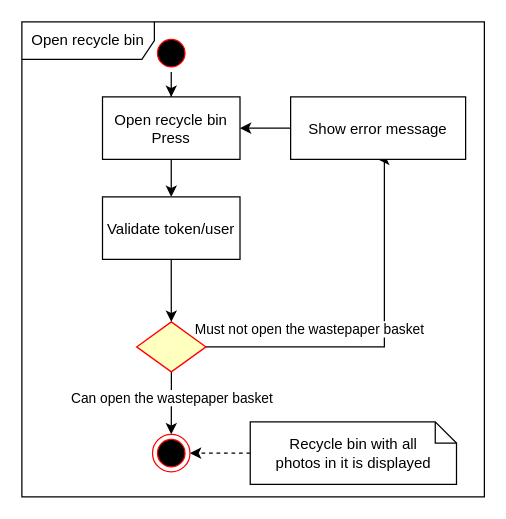
Earlier version of the draw.io diagram UseCases/UC Open Recycle Bin.drawio (MGuese/tfp-collaboration-platform). Source tidied: cells renumbered, new cells numbered last; positions are measured from the earlier drawing's top-left corner, leaving out a move shared by most shapes. Both pictures are drawn from the tidied source at 125%, with x=0, y=0 at pixel (21, 21).
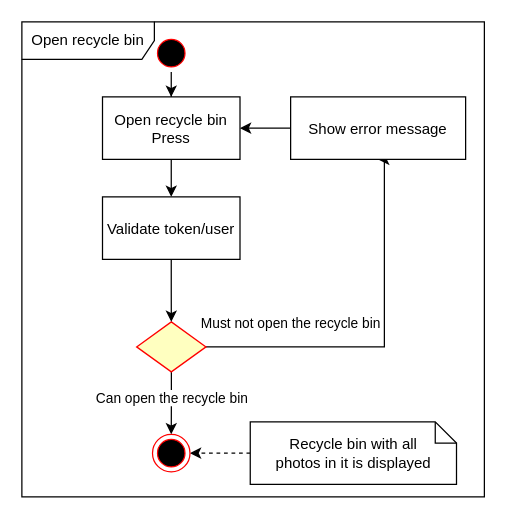
The same diagram, later.

Unchanged cells that the change refers to:
```xml
<mxCell id="10" style="edgeStyle=orthogonalEdgeStyle;rounded=0;jettySize=auto;html=1;entryX=0.5;entryY=1;entryDx=0;entryDy=0;" parent="1" edge="1" source="14" target="16">
  <mxGeometry relative="1" as="geometry">
    <Array as="points">
      <mxPoint x="290" y="260" />
      <mxPoint x="290" y="110" />
    </Array>
  </mxGeometry>
</mxCell>
<mxCell id="12" style="edgeStyle=orthogonalEdgeStyle;rounded=0;jettySize=auto;html=1;" parent="1" edge="1" source="14" target="8">
  <mxGeometry relative="1" as="geometry" />
</mxCell>
```

Change to the diagram source:
```diff
@@
-    <mxCell id="11" value="Must not open the wastepaper basket" style="edgeLabel;html=1;align=center;verticalAlign=middle;" parent="10" vertex="1">
+    <mxCell id="11" value="&lt;p&gt;Must not open the recycle bin&lt;/p&gt;" style="edgeLabel;html=1;align=center;verticalAlign=middle;" parent="10" vertex="1">
       <mxGeometry x="-0.36" relative="1" as="geometry">
-        <mxPoint x="-13" y="-15" as="offset" />
+        <mxPoint x="-28" y="-20" as="offset" />
       </mxGeometry>
     </mxCell>
@@
-    <mxCell id="13" value="Can open the wastepaper basket" style="edgeLabel;html=1;align=center;verticalAlign=middle;" parent="12" vertex="1">
+    <mxCell id="13" value="Can open the recycle bin" style="edgeLabel;html=1;align=center;verticalAlign=middle;" parent="12" vertex="1">
       <mxGeometry x="0.34" y="2" relative="1" as="geometry">
         <mxPoint x="-2" y="-13" as="offset" />
       </mxGeometry>
     </mxCell>
```
